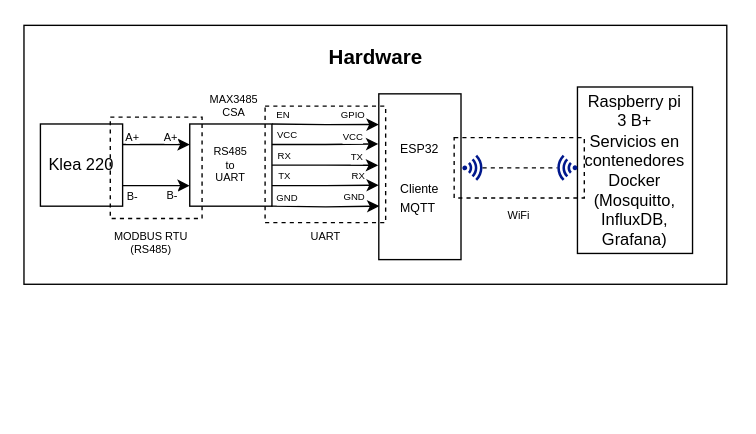
Above: page "Hardware" (1 of 2) of DiagramaBloques.drawio in bavendanom/Energy_analyzer (draw.io), before the change. Source tidied: cells renumbered, new cells numbered last; positions are measured from the earlier drawing's top-left corner, leaving out a move shared by most shapes. Both pictures are drawn from the tidied source at 137%, with x=0, y=0 at pixel (23, 25).
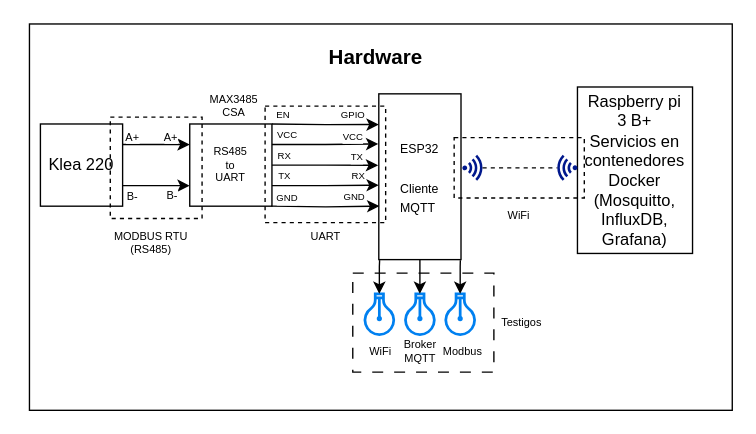
After the change.

Unchanged cells that the change refers to:
```xml
<mxCell id="9" value="&lt;font style=&quot;font-size: 9px;&quot;&gt;ESP32&lt;/font&gt;&lt;div&gt;&lt;font style=&quot;font-size: 9px;&quot;&gt;&lt;br&gt;&lt;/font&gt;&lt;/div&gt;&lt;div&gt;&lt;font style=&quot;font-size: 9px;&quot;&gt;Cliente MQTT&amp;nbsp;&lt;/font&gt;&lt;/div&gt;" style="rounded=0;whiteSpace=wrap;html=1;" parent="1" vertex="1">
  <mxGeometry x="259" y="50" width="60" height="121" as="geometry" />
</mxCell>
```

What changed in the source:
```diff
@@
-    <mxCell id="2" style="rounded=0;whiteSpace=wrap;html=1;" parent="1" vertex="1">
-      <mxGeometry width="513" height="189" as="geometry" />
+    <mxCell id="2" value="&lt;div&gt;&lt;br/&gt;&lt;/div&gt;" style="rounded=0;whiteSpace=wrap;html=1;strokeWidth=1;" parent="1" vertex="1">
+      <mxGeometry x="4" y="-1" width="513" height="282" as="geometry" />
     </mxCell>
@@
+    <mxCell id="39" style="html=1;verticalLabelPosition=bottom;align=center;labelBackgroundColor=#ffffff;verticalAlign=top;strokeWidth=2;strokeColor=light-dark(#0080F0,#FFFFFF);shadow=0;dashed=0;shape=mxgraph.ios7.icons.lightbulb;fontColor=light-dark(#000000,#FFFFFF);direction=west;" parent="1" vertex="1">
+      <mxGeometry x="248" y="196" width="22.8" height="29.7" as="geometry" />
+    </mxCell>
+    <mxCell id="40" style="html=1;verticalLabelPosition=bottom;align=center;labelBackgroundColor=#ffffff;verticalAlign=top;strokeWidth=2;strokeColor=light-dark(#0080F0,#FFFFFF);shadow=0;dashed=0;shape=mxgraph.ios7.icons.lightbulb;fontColor=light-dark(#000000,#FFFFFF);direction=west;" parent="1" vertex="1">
+      <mxGeometry x="277.6" y="196" width="22.8" height="29.7" as="geometry" />
+    </mxCell>
+    <mxCell id="41" style="html=1;verticalLabelPosition=bottom;align=center;labelBackgroundColor=#ffffff;verticalAlign=top;strokeWidth=2;strokeColor=light-dark(#0080F0,#FFFFFF);shadow=0;dashed=0;shape=mxgraph.ios7.icons.lightbulb;fontColor=light-dark(#000000,#FFFFFF);direction=west;" parent="1" vertex="1">
+      <mxGeometry x="307" y="196" width="22.8" height="29.7" as="geometry" />
+    </mxCell>
+    <mxCell id="42" style="edgeStyle=orthogonalEdgeStyle;rounded=0;jettySize=auto;html=1;entryX=0.5;entryY=1;entryDx=0;entryDy=0;startArrow=classic;startFill=1;endArrow=none;endFill=0;" parent="1" edge="1" source="40" target="9">
+      <mxGeometry relative="1" as="geometry" />
+    </mxCell>
+    <mxCell id="43" style="edgeStyle=orthogonalEdgeStyle;rounded=0;jettySize=auto;html=1;entryX=0.01;entryY=1.003;entryDx=0;entryDy=0;entryPerimeter=0;startArrow=classic;startFill=1;endArrow=none;endFill=0;" parent="1" edge="1" source="39" target="9">
+      <mxGeometry relative="1" as="geometry" />
+    </mxCell>
+    <mxCell id="44" style="edgeStyle=orthogonalEdgeStyle;rounded=0;jettySize=auto;html=1;entryX=0.992;entryY=1.004;entryDx=0;entryDy=0;entryPerimeter=0;startArrow=classic;startFill=1;endArrow=none;endFill=0;" parent="1" edge="1" source="41" target="9">
+      <mxGeometry relative="1" as="geometry" />
+    </mxCell>
+    <mxCell id="45" style="rounded=0;whiteSpace=wrap;html=1;gradientColor=none;fillColor=none;dashed=1;dashPattern=8 8;strokeWidth=1;strokeColor=light-dark(#000000,#0000CC);" parent="1" vertex="1">
+      <mxGeometry x="240" y="180.9" width="103" height="72.2" as="geometry" />
+    </mxCell>
+    <mxCell id="46" value="WiFi" style="text;html=1;whiteSpace=wrap;strokeColor=none;fillColor=none;align=center;verticalAlign=middle;rounded=0;fontColor=light-dark(#000000,#0000CC);fontSize=8;" parent="1" vertex="1">
+      <mxGeometry x="242" y="229" width="37" height="17" as="geometry" />
+    </mxCell>
+    <mxCell id="47" value="Broker&lt;div&gt;MQTT&lt;/div&gt;" style="text;html=1;whiteSpace=wrap;strokeColor=none;fillColor=none;align=center;verticalAlign=middle;rounded=0;fontColor=light-dark(#000000,#0000CC);fontSize=8;" parent="1" vertex="1">
+      <mxGeometry x="270.5" y="229" width="37" height="17" as="geometry" />
+    </mxCell>
+    <mxCell id="48" value="Modbus" style="text;html=1;whiteSpace=wrap;strokeColor=none;fillColor=none;align=center;verticalAlign=middle;rounded=0;fontColor=light-dark(#000000,#0000CC);fontSize=8;" parent="1" vertex="1">
+      <mxGeometry x="302" y="229" width="37" height="17" as="geometry" />
+    </mxCell>
+    <mxCell id="49" value="Testigos" style="text;html=1;whiteSpace=wrap;strokeColor=none;fillColor=none;align=center;verticalAlign=middle;rounded=0;fontColor=light-dark(#000000,#0000CC);fontSize=8;" parent="1" vertex="1">
+      <mxGeometry x="345" y="208.7" width="37" height="17" as="geometry" />
+    </mxCell>
```
